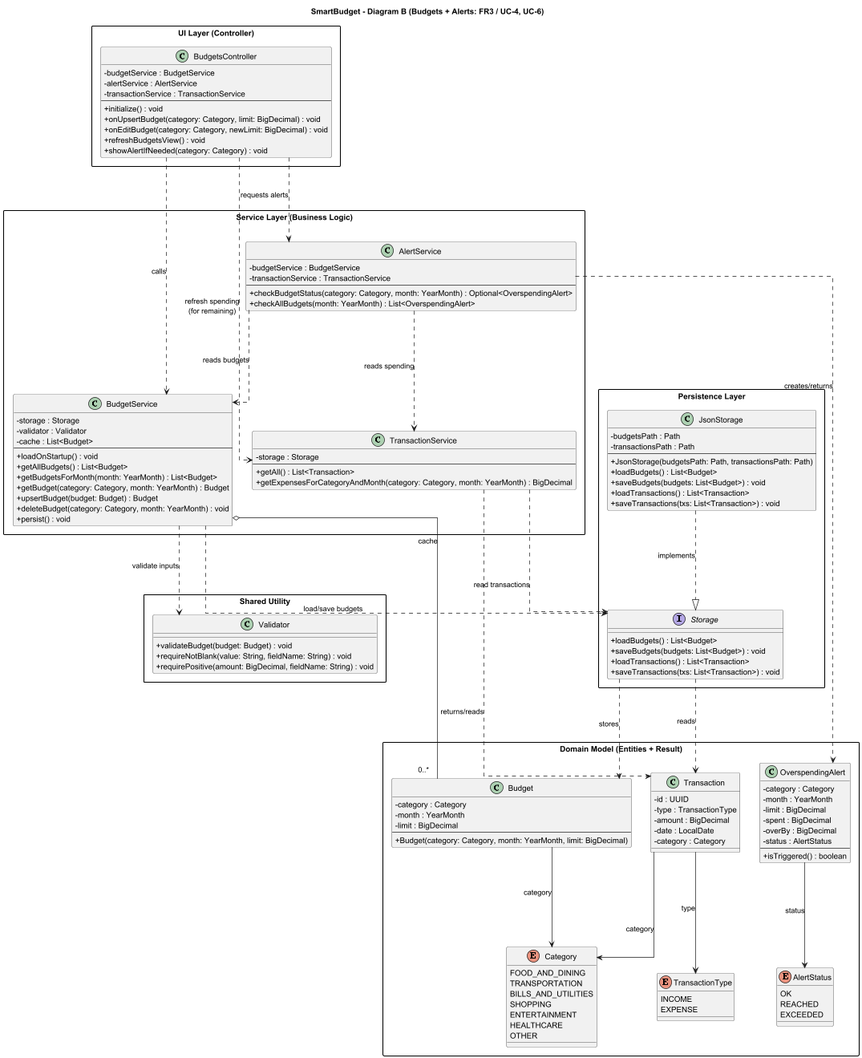
Before: docs/diagrams/class diagrams/class diagram B - Budgets and Alerts.png, a diagram exported from PlantUML (mohsenpasdar/smartbudget).
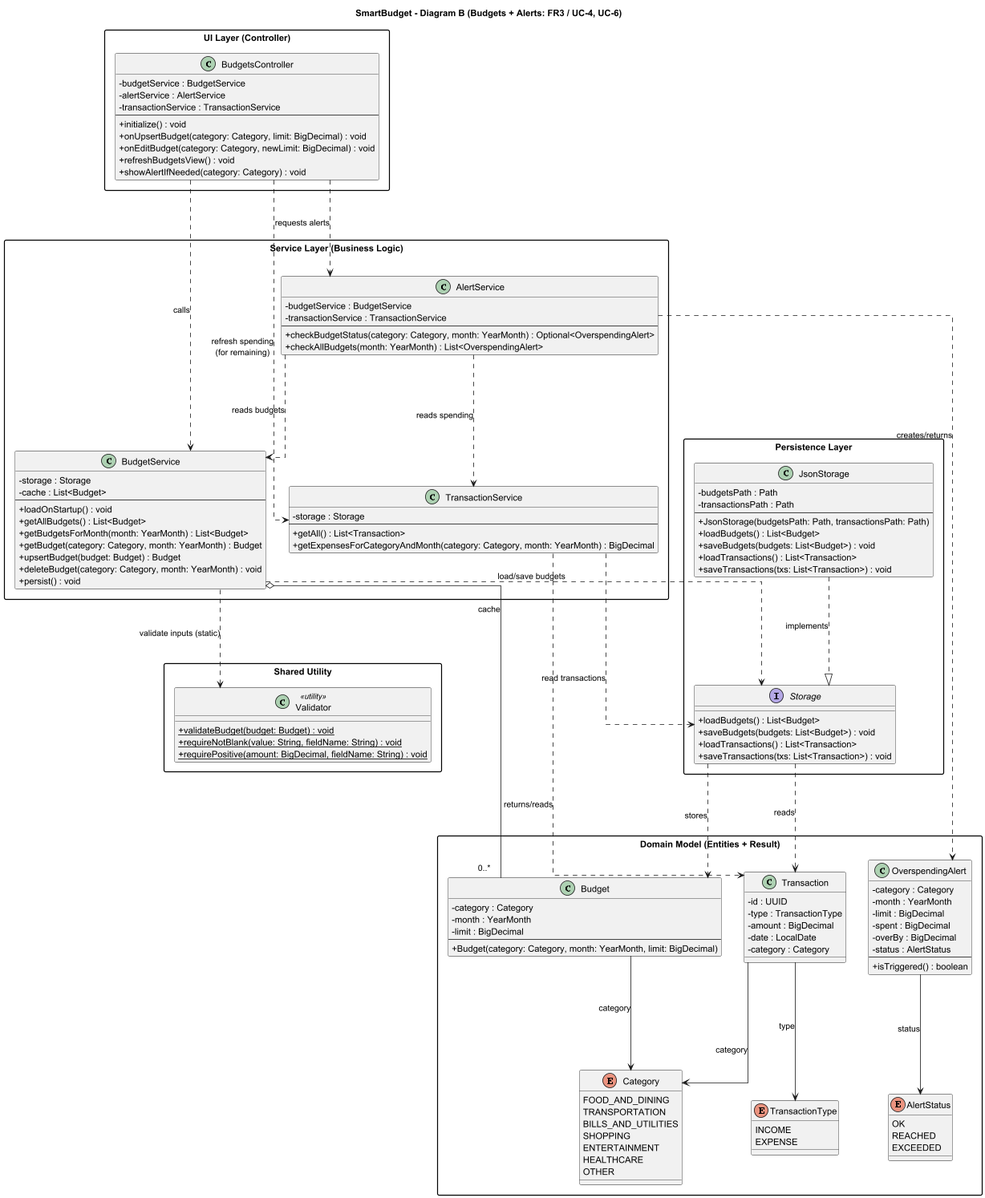
Above is the later version.

Commit message:
add transactionservice and working on its relevant methods, update class diagrams A and B

The edit, as a diff of the source:
```diff
@@ -23,7 +23,6 @@
 package "Service Layer (Business Logic)\n" as SVC {
   class BudgetService {
     - storage : Storage
-    - validator : Validator
     - cache : List<Budget>
     --
     + loadOnStartup() : void
@@ -123,10 +122,10 @@
 }
 
 package "Shared Utility" as UTIL {
-  class Validator {
-    + validateBudget(budget: Budget) : void
-    + requireNotBlank(value: String, fieldName: String) : void
-    + requirePositive(amount: BigDecimal, fieldName: String) : void
+  class Validator <<utility>> {
+    {static} + validateBudget(budget: Budget) : void
+    {static} + requireNotBlank(value: String, fieldName: String) : void
+    {static} + requirePositive(amount: BigDecimal, fieldName: String) : void
   }
 }
 
@@ -137,7 +136,7 @@
 
 BudgetService o-- "0..*" Budget : cache
 BudgetService ..> Storage : load/save budgets
-BudgetService ..> Validator : validate inputs
+BudgetService ..> Validator : validate inputs (static)
 
 TransactionService ..> Storage : read transactions
 TransactionService ..> Transaction : returns/reads
```
